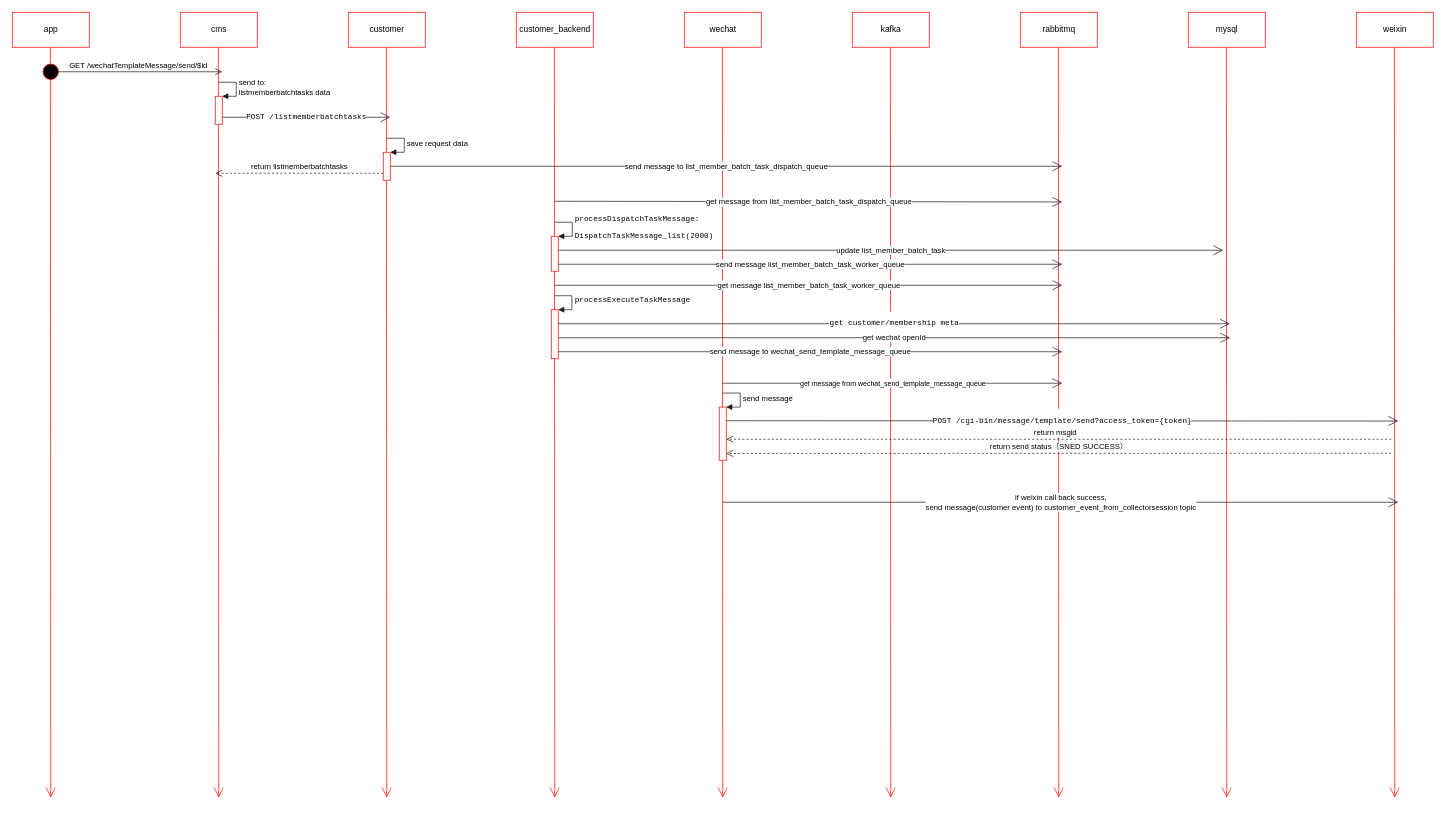
This is Untitled Diagram.drawio from zqy16/Test, a draw.io file, before an edit. Source tidied: cells renumbered, new cells numbered last; positions are measured from the earlier drawing's top-left corner, leaving out a move shared by most shapes. Both pictures are drawn from the tidied source at 70%, with x=0, y=0 at pixel (12, 12).
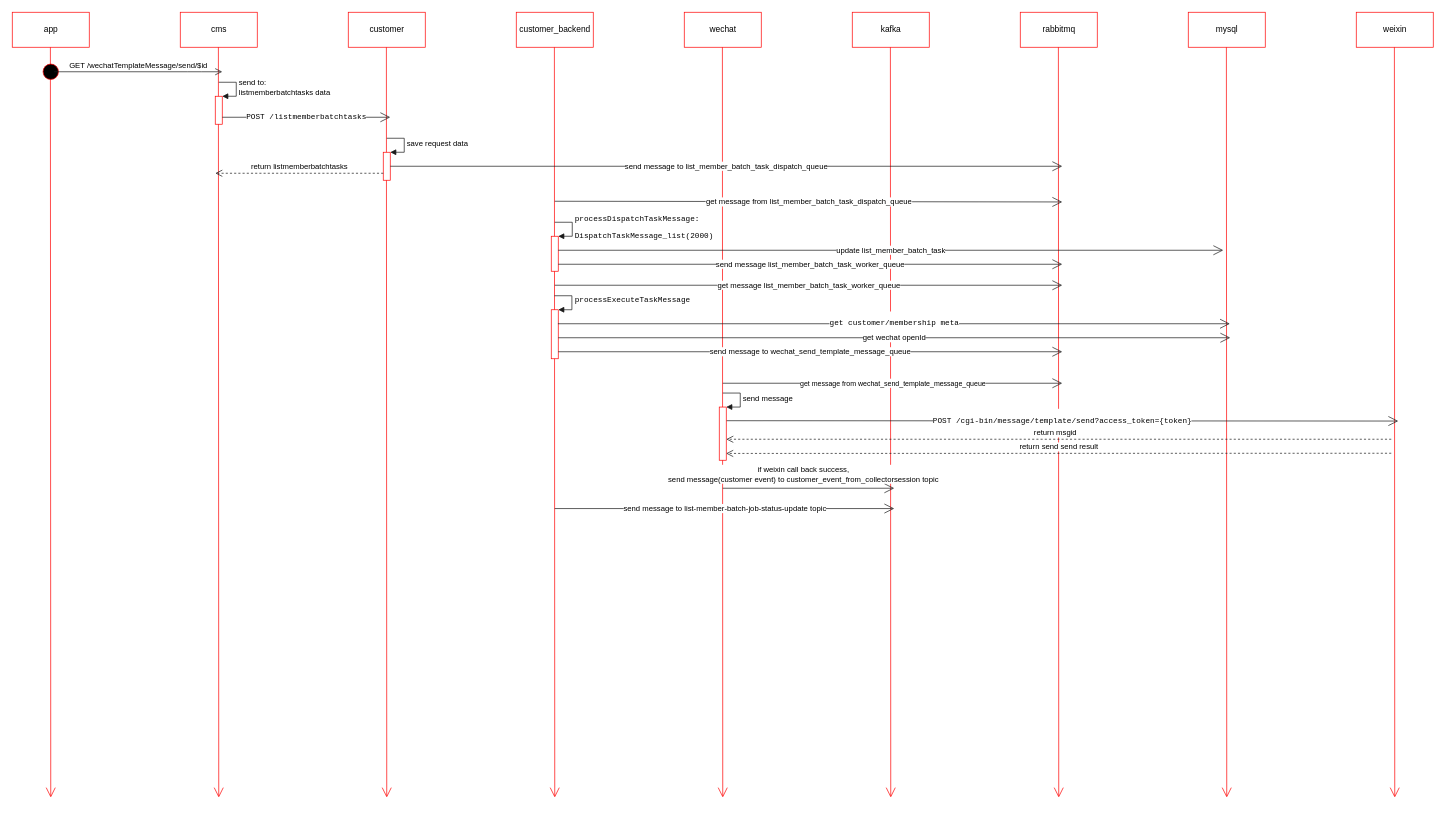
The same diagram, later.

Unchanged cells that the change refers to:
```xml
<mxCell id="42" style="html=1;points=[];perimeter=orthogonalPerimeter;strokeColor=#FF0000;" parent="1" vertex="1">
  <mxGeometry x="1010" y="564" width="10" height="76" as="geometry" />
</mxCell>
```

The edit, as a diff of the source:
```diff
@@
-    <mxCell id="45" value="return send status（SNED SUCCESS）" style="html=1;verticalAlign=bottom;endArrow=open;dashed=1;endSize=8;strokeColor=#1A1A1A;entryX=0.982;entryY=0.872;entryDx=0;entryDy=0;entryPerimeter=0;" parent="1" edge="1" target="42">
+    <mxCell id="45" value="return send send result" style="html=1;verticalAlign=bottom;endArrow=open;dashed=1;endSize=8;strokeColor=#1A1A1A;entryX=0.982;entryY=0.872;entryDx=0;entryDy=0;entryPerimeter=0;" parent="1" edge="1" target="42">
       <mxGeometry relative="1" as="geometry">
         <mxPoint x="1970" y="630" as="sourcePoint" />
       </mxGeometry>
     </mxCell>
     <mxCell id="46" value="if weixin call back success,&lt;br&gt;send message(customer event) to&amp;nbsp;&lt;span&gt;customer_event_from_collectorsession topic&lt;/span&gt;" style="endArrow=open;endFill=1;endSize=12;html=1;strokeColor=#1A1A1A;" parent="1" edge="1">
-      <mxGeometry relative="1" as="geometry">
-        <mxPoint x="1015" y="700" as="sourcePoint" />
-        <mxPoint x="1980" y="700" as="targetPoint" />
+      <mxGeometry x="-0.06" y="20" relative="1" as="geometry">
+        <mxPoint x="1015" y="680" as="sourcePoint" />
+        <mxPoint x="1260" y="680" as="targetPoint" />
       </mxGeometry>
     </mxCell>
+    <mxCell id="47" value="send message to&amp;nbsp;&lt;span&gt;list-member-batch-job-status-update topic&lt;/span&gt;" style="endArrow=open;endFill=1;endSize=12;html=1;strokeColor=#1A1A1A;" parent="1" edge="1">
+      <mxGeometry relative="1" as="geometry">
+        <mxPoint x="775" y="709" as="sourcePoint" />
+        <mxPoint x="1260" y="709" as="targetPoint" />
+      </mxGeometry>
+    </mxCell>
```
